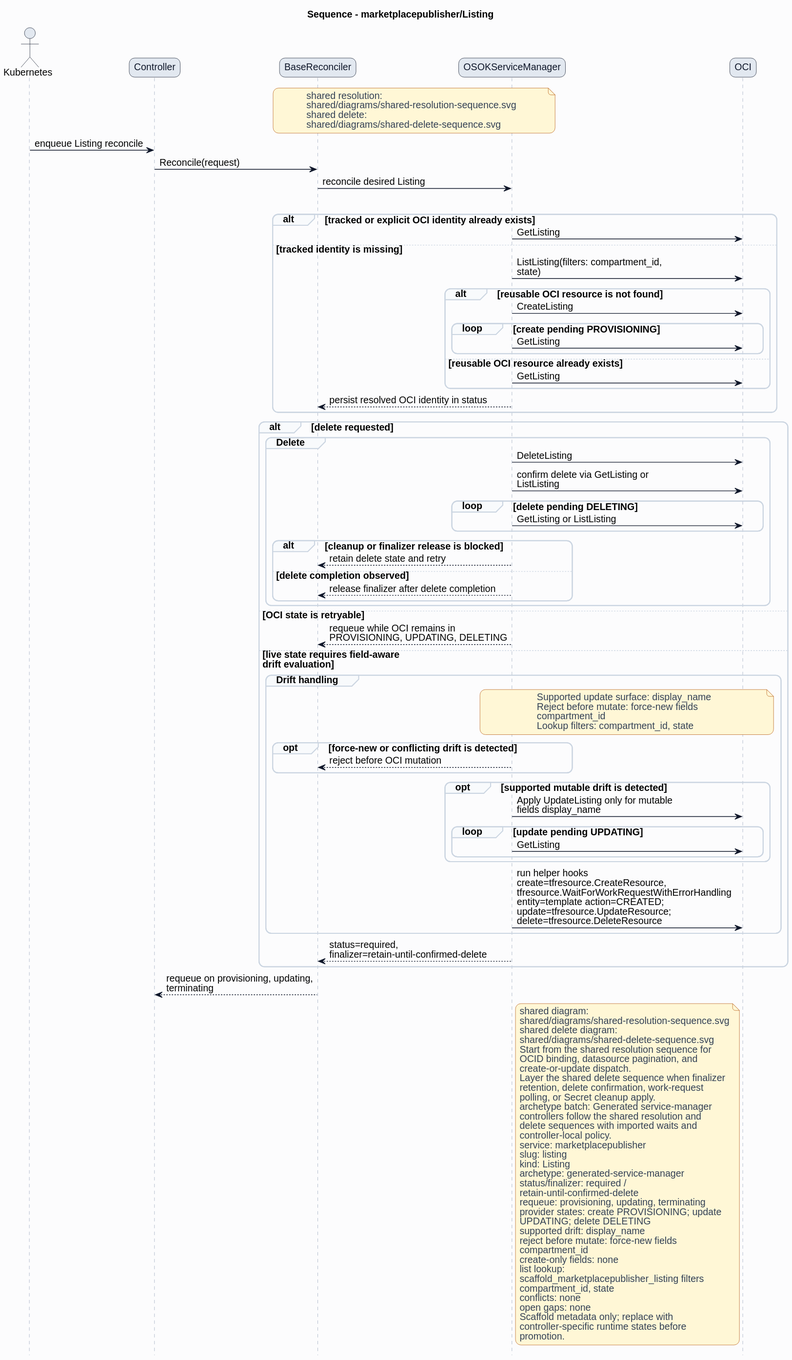
Earlier version of the PlantUML export formal/controllers/marketplacepublisher/listing/diagrams/sequence.svg (HaoyL666/oci-service-operator). Its diagram source:
```plantuml
@startuml
skinparam shadowing false
skinparam backgroundColor #fcfcfd
skinparam defaultFontName Helvetica
skinparam defaultFontSize 14
skinparam arrowColor #0f172a
skinparam noteBackgroundColor #fff7d6
skinparam noteBorderColor #b45309
skinparam noteFontColor #334155
skinparam roundcorner 16
title Sequence - marketplacepublisher/Listing
hide footbox
skinparam sequence {
  actorBorderColor #0f172a
  actorBackgroundColor #e2e8f0
  participantBorderColor #0f172a
  participantBackgroundColor #e2e8f0
  participantFontColor #0f172a
  lifeLineBorderColor #94a3b8
  groupBorderColor #cbd5e1
  groupBackgroundColor #f8fafc
}
actor Kubernetes
participant Controller
participant BaseReconciler
participant "OSOKServiceManager" as ServiceManager
participant OCI
note over BaseReconciler,ServiceManager
shared resolution:
shared/diagrams/shared-resolution-sequence.svg
shared delete:
shared/diagrams/shared-delete-sequence.svg
end note
Kubernetes -> Controller: enqueue Listing reconcile
Controller -> BaseReconciler: Reconcile(request)
BaseReconciler -> ServiceManager: reconcile desired Listing
group Lookup and bind
alt tracked or explicit OCI identity already exists
ServiceManager -> OCI: GetListing
else tracked identity is missing
ServiceManager -> OCI: ListListing(filters: compartment_id,\nstate)
alt reusable OCI resource is not found
ServiceManager -> OCI: CreateListing
loop create pending PROVISIONING
ServiceManager -> OCI: GetListing
end
else reusable OCI resource already exists
ServiceManager -> OCI: GetListing
end
ServiceManager --> BaseReconciler: persist resolved OCI identity in status
end
alt delete requested
group Delete
ServiceManager -> OCI: DeleteListing
ServiceManager -> OCI: confirm delete via GetListing or\nListListing
loop delete pending DELETING
ServiceManager -> OCI: GetListing or ListListing
end
alt cleanup or finalizer release is blocked
ServiceManager --> BaseReconciler: retain delete state and retry
else delete completion observed
ServiceManager --> BaseReconciler: release finalizer after delete completion
end
end
else OCI state is retryable
ServiceManager --> BaseReconciler: requeue while OCI remains in\nPROVISIONING, UPDATING, DELETING
else live state requires field-aware\ndrift evaluation
group Drift handling
note over ServiceManager,OCI
Supported update surface: display_name
Reject before mutate: force-new fields
compartment_id
Lookup filters: compartment_id, state
end note
opt force-new or conflicting drift is detected
ServiceManager --> BaseReconciler: reject before OCI mutation
end
opt supported mutable drift is detected
ServiceManager -> OCI: Apply UpdateListing only for mutable\nfields display_name
loop update pending UPDATING
ServiceManager -> OCI: GetListing
end
end
ServiceManager -> OCI: run helper hooks\ncreate=tfresource.CreateResource,\ntfresource.WaitForWorkRequestWithErrorHandling\nentity=template action=CREATED;\nupdate=tfresource.UpdateResource;\ndelete=tfresource.DeleteResource
end
ServiceManager --> BaseReconciler: status=required,\nfinalizer=retain-until-confirmed-delete
end
BaseReconciler --> Controller: requeue on provisioning, updating,\nterminating
note right of ServiceManager
shared diagram:
shared/diagrams/shared-resolution-sequence.svg
shared delete diagram:
shared/diagrams/shared-delete-sequence.svg
Start from the shared resolution sequence for
OCID binding, datasource pagination, and
create-or-update dispatch.
Layer the shared delete sequence when finalizer
retention, delete confirmation, work-request
polling, or Secret cleanup apply.
archetype batch: Generated service-manager
controllers follow the shared resolution and
delete sequences with imported waits and
controller-local policy.
service: marketplacepublisher
slug: listing
kind: Listing
archetype: generated-service-manager
status/finalizer: required /
retain-until-confirmed-delete
requeue: provisioning, updating, terminating
provider states: create PROVISIONING; update
UPDATING; delete DELETING
supported drift: display_name
reject before mutate: force-new fields
compartment_id
create-only fields: none
list lookup:
scaffold_marketplacepublisher_listing filters
compartment_id, state
conflicts: none
open gaps: none
Scaffold metadata only; replace with
controller-specific runtime states before
promotion.
end note
@enduml
```
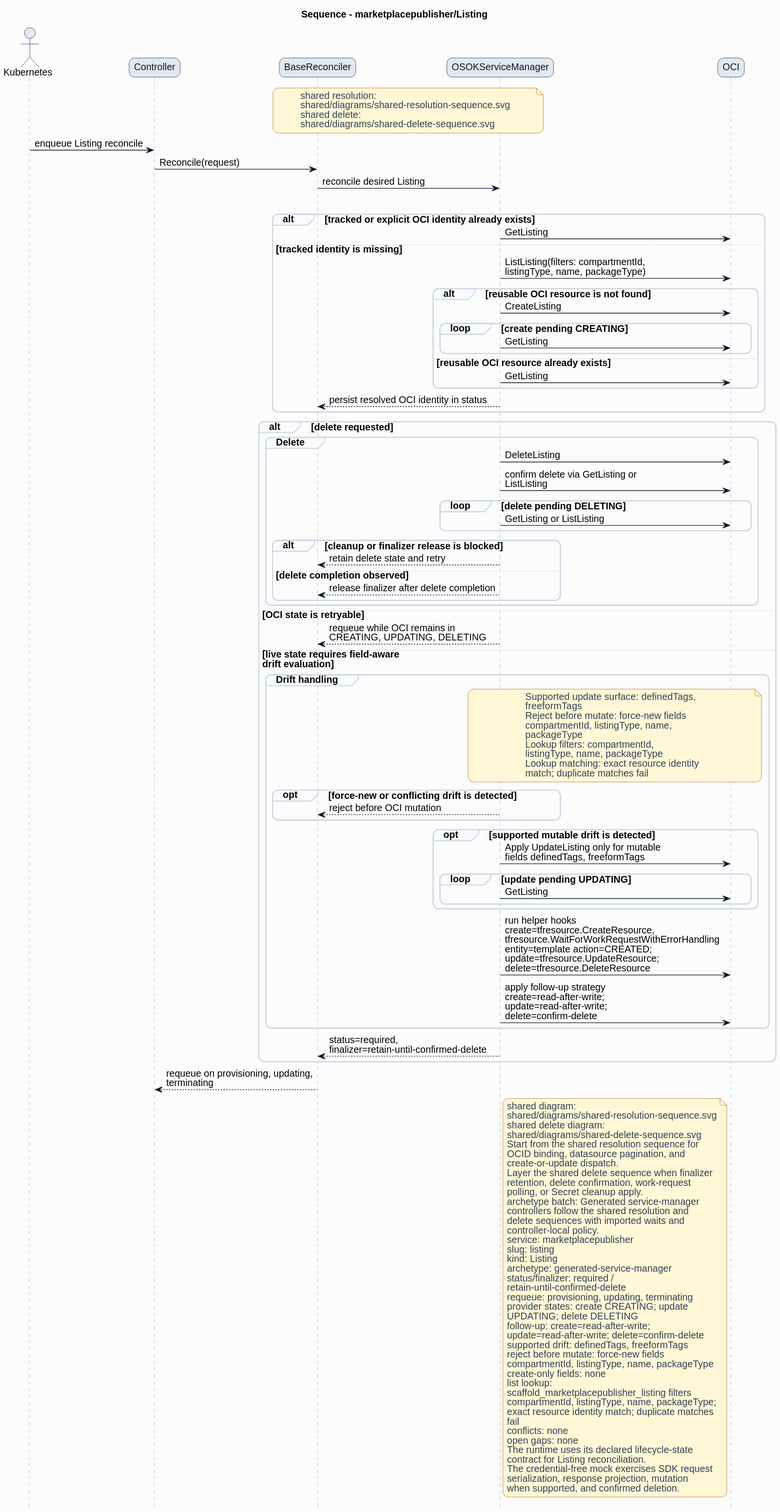
The same file after the commit.

Change to the diagram source:
```diff
@@ -38,10 +38,10 @@
 alt tracked or explicit OCI identity already exists
 ServiceManager -> OCI: GetListing
 else tracked identity is missing
-ServiceManager -> OCI: ListListing(filters: compartment_id,\nstate)
+ServiceManager -> OCI: ListListing(filters: compartmentId,\nlistingType, name, packageType)
 alt reusable OCI resource is not found
 ServiceManager -> OCI: CreateListing
-loop create pending PROVISIONING
+loop create pending CREATING
 ServiceManager -> OCI: GetListing
 end
 else reusable OCI resource already exists
@@ -63,25 +63,31 @@
 end
 end
 else OCI state is retryable
-ServiceManager --> BaseReconciler: requeue while OCI remains in\nPROVISIONING, UPDATING, DELETING
+ServiceManager --> BaseReconciler: requeue while OCI remains in\nCREATING, UPDATING, DELETING
 else live state requires field-aware\ndrift evaluation
 group Drift handling
 note over ServiceManager,OCI
-Supported update surface: display_name
+Supported update surface: definedTags,
+freeformTags
 Reject before mutate: force-new fields
-compartment_id
-Lookup filters: compartment_id, state
+compartmentId, listingType, name,
+packageType
+Lookup filters: compartmentId,
+listingType, name, packageType
+Lookup matching: exact resource identity
+match; duplicate matches fail
 end note
 opt force-new or conflicting drift is detected
 ServiceManager --> BaseReconciler: reject before OCI mutation
 end
 opt supported mutable drift is detected
-ServiceManager -> OCI: Apply UpdateListing only for mutable\nfields display_name
+ServiceManager -> OCI: Apply UpdateListing only for mutable\nfields definedTags, freeformTags
 loop update pending UPDATING
 ServiceManager -> OCI: GetListing
 end
 end
 ServiceManager -> OCI: run helper hooks\ncreate=tfresource.CreateResource,\ntfresource.WaitForWorkRequestWithErrorHandling\nentity=template action=CREATED;\nupdate=tfresource.UpdateResource;\ndelete=tfresource.DeleteResource
+ServiceManager -> OCI: apply follow-up strategy\ncreate=read-after-write;\nupdate=read-after-write;\ndelete=confirm-delete
 end
 ServiceManager --> BaseReconciler: status=required,\nfinalizer=retain-until-confirmed-delete
 end
@@ -108,19 +114,25 @@
 status/finalizer: required /
 retain-until-confirmed-delete
 requeue: provisioning, updating, terminating
-provider states: create PROVISIONING; update
+provider states: create CREATING; update
 UPDATING; delete DELETING
-supported drift: display_name
+follow-up: create=read-after-write;
+update=read-after-write; delete=confirm-delete
+supported drift: definedTags, freeformTags
 reject before mutate: force-new fields
-compartment_id
+compartmentId, listingType, name, packageType
 create-only fields: none
 list lookup:
 scaffold_marketplacepublisher_listing filters
-compartment_id, state
+compartmentId, listingType, name, packageType;
+exact resource identity match; duplicate matches
+fail
 conflicts: none
 open gaps: none
-Scaffold metadata only; replace with
-controller-specific runtime states before
-promotion.
+The runtime uses its declared lifecycle-state
+contract for Listing reconciliation.
+The credential-free mock exercises SDK request
+serialization, response projection, mutation
+when supported, and confirmed deletion.
 end note
 @enduml
```
